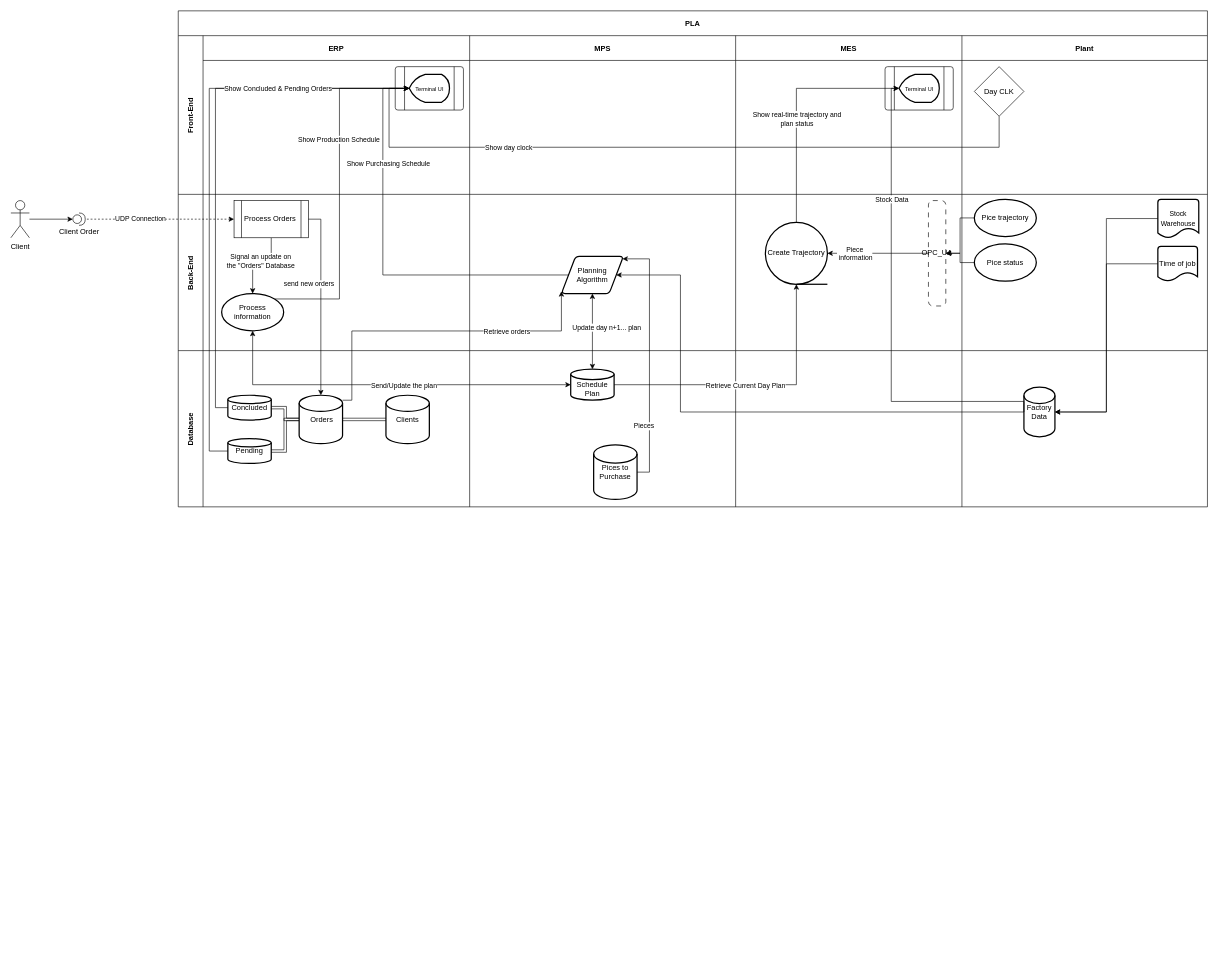
Before: page "Flow-chart" (1 of 9) of PLA_APP_Diagrams.drawio in gpizzigh-bit/Automation-of-a-Production-Line, a draw.io diagram. Source tidied: cells renumbered, new cells numbered last; positions are measured from the earlier drawing's top-left corner, leaving out a move shared by most shapes. Both pictures are drawn from the tidied source at 62%, with x=0, y=0 at pixel (11, 11).
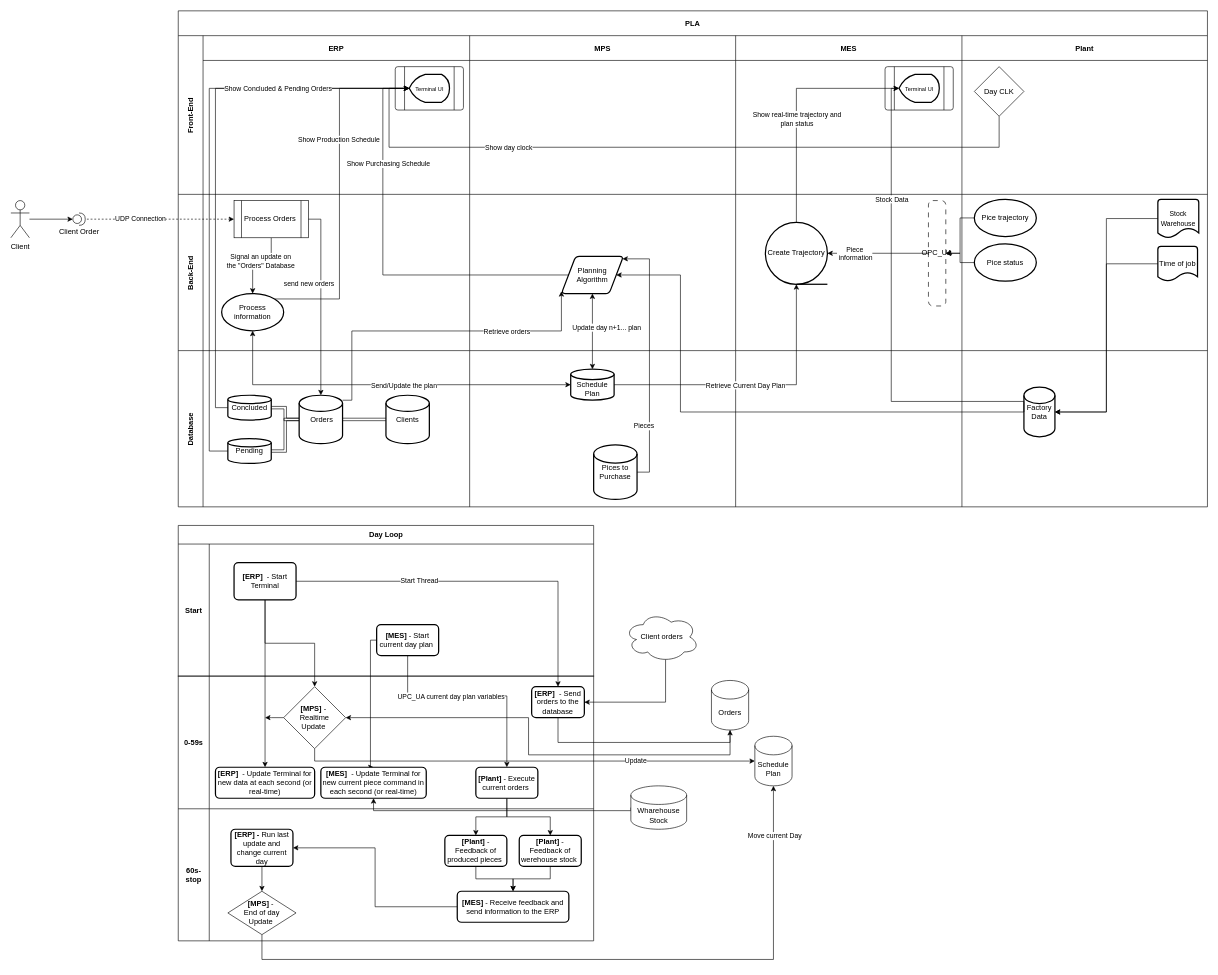
After the change.

The edit, as a diff of the source:
```diff
@@
+    <mxCell id="84" value="Day Loop" style="shape=table;startSize=30;childLayout=tableLayout;rowLines=1;fontStyle=1;align=center;html=1;columnLines=1;" parent="1" vertex="1">
+      <mxGeometry x="270" y="830" width="670" height="670" as="geometry" />
+    </mxCell>
+    <mxCell id="85" style="shape=tableRow;horizontal=0;startSize=0;swimlaneHead=0;swimlaneBody=0;fillColor=none;top=0;left=0;right=0;bottom=1;" parent="84" vertex="1">
+      <mxGeometry y="30" width="670" height="213" as="geometry" />
+    </mxCell>
+    <mxCell id="86" value="Start" style="shape=partialRectangle;fillColor=none;top=0;left=0;bottom=0;right=0;fontStyle=1;overflow=hidden;whiteSpace=wrap;html=1;" parent="85" vertex="1">
+      <mxGeometry width="50" height="213" as="geometry" />
+    </mxCell>
+    <mxCell id="87" style="shape=partialRectangle;fillColor=none;top=0;left=0;bottom=0;right=0;align=left;spacingLeft=6;fontStyle=5;overflow=hidden;whiteSpace=wrap;html=1;" parent="85" vertex="1">
+      <mxGeometry x="50" width="620" height="213" as="geometry" />
+    </mxCell>
+    <mxCell id="88" style="shape=tableRow;horizontal=0;startSize=0;swimlaneHead=0;swimlaneBody=0;fillColor=none;top=0;left=0;right=0;bottom=0;" parent="84" vertex="1">
+      <mxGeometry y="243" width="670" height="214" as="geometry" />
+    </mxCell>
+    <mxCell id="89" value="&lt;b&gt;0-59s&lt;/b&gt;" style="shape=partialRectangle;fillColor=none;top=0;left=0;bottom=0;right=0;overflow=hidden;whiteSpace=wrap;html=1;" parent="88" vertex="1">
+      <mxGeometry width="50" height="214" as="geometry" />
+    </mxCell>
+    <mxCell id="90" style="shape=partialRectangle;fillColor=none;top=0;left=0;bottom=0;right=0;align=left;spacingLeft=6;overflow=hidden;whiteSpace=wrap;html=1;fontStyle=1;strokeWidth=3;perimeterSpacing=0;" parent="88" vertex="1">
+      <mxGeometry x="50" width="620" height="214" as="geometry" />
+    </mxCell>
+    <mxCell id="91" style="shape=tableRow;horizontal=0;startSize=0;swimlaneHead=0;swimlaneBody=0;fillColor=none;top=0;left=0;right=0;bottom=0;" parent="84" vertex="1">
+      <mxGeometry y="457" width="670" height="213" as="geometry" />
+    </mxCell>
+    <mxCell id="92" value="&lt;b&gt;60s-stop&lt;/b&gt;" style="shape=partialRectangle;fillColor=none;top=0;left=0;bottom=0;right=0;overflow=hidden;whiteSpace=wrap;html=1;" parent="91" vertex="1">
+      <mxGeometry width="50" height="213" as="geometry" />
+    </mxCell>
+    <mxCell id="93" style="shape=partialRectangle;fillColor=none;top=0;left=0;bottom=0;right=0;align=left;spacingLeft=6;overflow=hidden;whiteSpace=wrap;html=1;" parent="91" vertex="1">
+      <mxGeometry x="50" width="620" height="213" as="geometry" />
+    </mxCell>
+    <mxCell id="94" style="edgeStyle=orthogonalEdgeStyle;rounded=0;jettySize=auto;html=1;" parent="1" edge="1" source="98" target="107">
+      <mxGeometry relative="1" as="geometry" />
+    </mxCell>
+    <mxCell id="95" value="Start Thread" style="edgeLabel;html=1;align=center;verticalAlign=middle;" parent="94" vertex="1">
+      <mxGeometry x="-0.33" y="1" relative="1" as="geometry" />
+    </mxCell>
+    <mxCell id="96" style="edgeStyle=orthogonalEdgeStyle;rounded=0;jettySize=auto;html=1;" parent="1" edge="1" source="98" target="112">
+      <mxGeometry relative="1" as="geometry" />
+    </mxCell>
+    <mxCell id="97" style="edgeStyle=orthogonalEdgeStyle;rounded=0;jettySize=auto;html=1;" parent="1" edge="1" source="98" target="117">
+      <mxGeometry relative="1" as="geometry" />
+    </mxCell>
+    <mxCell id="98" value="&lt;b&gt;[ERP]&amp;nbsp;&lt;/b&gt;&amp;nbsp;- Start Terminal" style="rounded=1;whiteSpace=wrap;html=1;absoluteArcSize=1;arcSize=14;strokeWidth=2;" parent="1" vertex="1">
+      <mxGeometry x="360" y="890" width="100" height="60" as="geometry" />
+    </mxCell>
+    <mxCell id="99" style="edgeStyle=orthogonalEdgeStyle;rounded=0;jettySize=auto;html=1;entryX=0.5;entryY=0;entryDx=0;entryDy=0;" parent="1" edge="1" source="102" target="105">
+      <mxGeometry relative="1" as="geometry">
+        <Array as="points">
+          <mxPoint x="640" y="1105" />
+          <mxPoint x="800" y="1105" />
+        </Array>
+      </mxGeometry>
+    </mxCell>
+    <mxCell id="100" value="UPC_UA current day plan variables" style="edgeLabel;html=1;align=center;verticalAlign=middle;" parent="99" vertex="1">
+      <mxGeometry x="0.31" relative="1" as="geometry">
+        <mxPoint x="-89" as="offset" />
+      </mxGeometry>
+    </mxCell>
+    <mxCell id="101" style="edgeStyle=orthogonalEdgeStyle;rounded=0;jettySize=auto;html=1;entryX=0.5;entryY=0;entryDx=0;entryDy=0;exitX=0;exitY=0.5;exitDx=0;exitDy=0;" parent="1" edge="1" source="102" target="113">
+      <mxGeometry relative="1" as="geometry">
+        <Array as="points">
+          <mxPoint x="580" y="1015" />
+          <mxPoint x="580" y="1220" />
+        </Array>
+      </mxGeometry>
+    </mxCell>
+    <mxCell id="102" value="&lt;b&gt;[MES] &lt;/b&gt;- Start current day plan&lt;b&gt;&amp;nbsp;&lt;/b&gt;" style="rounded=1;whiteSpace=wrap;html=1;absoluteArcSize=1;arcSize=14;strokeWidth=2;" parent="1" vertex="1">
+      <mxGeometry x="590" y="990" width="100" height="50" as="geometry" />
+    </mxCell>
+    <mxCell id="103" style="edgeStyle=orthogonalEdgeStyle;rounded=0;jettySize=auto;html=1;" parent="1" edge="1" source="105" target="122">
+      <mxGeometry relative="1" as="geometry" />
+    </mxCell>
+    <mxCell id="104" style="edgeStyle=orthogonalEdgeStyle;rounded=0;jettySize=auto;html=1;entryX=0.5;entryY=0;entryDx=0;entryDy=0;" parent="1" edge="1" source="105" target="124">
+      <mxGeometry relative="1" as="geometry" />
+    </mxCell>
+    <mxCell id="105" value="&lt;b&gt;[Plant] &lt;/b&gt;- Execute current orders&lt;b&gt;&amp;nbsp;&lt;/b&gt;" style="rounded=1;whiteSpace=wrap;html=1;absoluteArcSize=1;arcSize=14;strokeWidth=2;" parent="1" vertex="1">
+      <mxGeometry x="750" y="1220" width="100" height="50" as="geometry" />
+    </mxCell>
+    <mxCell id="106" style="edgeStyle=orthogonalEdgeStyle;rounded=0;jettySize=auto;html=1;entryX=0.5;entryY=1;entryDx=0;entryDy=0;entryPerimeter=0;" parent="1" edge="1" source="107" target="111">
+      <mxGeometry relative="1" as="geometry">
+        <Array as="points">
+          <mxPoint x="883" y="1180" />
+          <mxPoint x="1160" y="1180" />
+        </Array>
+      </mxGeometry>
+    </mxCell>
+    <mxCell id="107" value="&lt;b&gt;[ERP]&amp;nbsp;&lt;/b&gt;&amp;nbsp;- Send orders to the database" style="rounded=1;whiteSpace=wrap;html=1;absoluteArcSize=1;arcSize=14;strokeWidth=2;" parent="1" vertex="1">
+      <mxGeometry x="840" y="1090" width="85" height="50" as="geometry" />
+    </mxCell>
+    <mxCell id="108" style="edgeStyle=orthogonalEdgeStyle;rounded=0;jettySize=auto;html=1;entryX=1;entryY=0.5;entryDx=0;entryDy=0;exitX=0.55;exitY=0.95;exitDx=0;exitDy=0;exitPerimeter=0;" parent="1" edge="1" source="109" target="107">
+      <mxGeometry relative="1" as="geometry">
+        <Array as="points">
+          <mxPoint x="1056" y="1115" />
+        </Array>
+      </mxGeometry>
+    </mxCell>
+    <mxCell id="109" value="Client orders" style="ellipse;shape=cloud;whiteSpace=wrap;html=1;" parent="1" vertex="1">
+      <mxGeometry x="990" y="970" width="120" height="80" as="geometry" />
+    </mxCell>
+    <mxCell id="110" style="edgeStyle=orthogonalEdgeStyle;rounded=0;jettySize=auto;html=1;" parent="1" edge="1" source="111" target="117">
+      <mxGeometry relative="1" as="geometry">
+        <Array as="points">
+          <mxPoint x="1160" y="1200" />
+          <mxPoint x="835" y="1200" />
+          <mxPoint x="835" y="1140" />
+        </Array>
+      </mxGeometry>
+    </mxCell>
+    <mxCell id="111" value="Orders" style="shape=cylinder3;whiteSpace=wrap;html=1;boundedLbl=1;backgroundOutline=1;size=15;" parent="1" vertex="1">
+      <mxGeometry x="1130" y="1080" width="60" height="80" as="geometry" />
+    </mxCell>
+    <mxCell id="112" value="&lt;b&gt;[ERP]&amp;nbsp;&lt;/b&gt;&amp;nbsp;- Update Terminal for new data at each second (or real-time)" style="rounded=1;whiteSpace=wrap;html=1;absoluteArcSize=1;arcSize=14;strokeWidth=2;" parent="1" vertex="1">
+      <mxGeometry x="330" y="1220" width="160" height="50" as="geometry" />
+    </mxCell>
+    <mxCell id="113" value="&lt;b&gt;[MES]&amp;nbsp;&lt;/b&gt;&amp;nbsp;- Update Terminal for new current piece command in each second (or real-time)" style="rounded=1;whiteSpace=wrap;html=1;absoluteArcSize=1;arcSize=14;strokeWidth=2;" parent="1" vertex="1">
+      <mxGeometry x="500" y="1220" width="170" height="50" as="geometry" />
+    </mxCell>
+    <mxCell id="114" style="edgeStyle=orthogonalEdgeStyle;rounded=0;jettySize=auto;html=1;" parent="1" edge="1" source="117">
+      <mxGeometry relative="1" as="geometry">
+        <mxPoint x="410" y="1140" as="targetPoint" />
+      </mxGeometry>
+    </mxCell>
+    <mxCell id="115" style="edgeStyle=orthogonalEdgeStyle;rounded=0;jettySize=auto;html=1;exitX=0.5;exitY=1;exitDx=0;exitDy=0;entryX=0;entryY=0.5;entryDx=0;entryDy=0;entryPerimeter=0;" parent="1" edge="1" source="117" target="129">
+      <mxGeometry relative="1" as="geometry">
+        <Array as="points">
+          <mxPoint x="490" y="1210" />
+        </Array>
+      </mxGeometry>
+    </mxCell>
+    <mxCell id="116" value="Update" style="edgeLabel;html=1;align=center;verticalAlign=middle;" parent="115" vertex="1">
+      <mxGeometry x="0.47" y="1" relative="1" as="geometry" />
+    </mxCell>
+    <mxCell id="117" value="&lt;b&gt;[MPS] &lt;/b&gt;-&lt;b&gt;&amp;nbsp;&lt;br&gt;&lt;/b&gt;Realtime&lt;br&gt;Update&amp;nbsp;" style="rhombus;whiteSpace=wrap;html=1;" parent="1" vertex="1">
+      <mxGeometry x="440" y="1090" width="100" height="100" as="geometry" />
+    </mxCell>
+    <mxCell id="118" style="edgeStyle=orthogonalEdgeStyle;rounded=0;jettySize=auto;html=1;entryX=0.5;entryY=1;entryDx=0;entryDy=0;entryPerimeter=0;" parent="1" edge="1" source="120" target="129">
+      <mxGeometry relative="1" as="geometry">
+        <Array as="points">
+          <mxPoint x="405" y="1530" />
+          <mxPoint x="1230" y="1530" />
+        </Array>
+      </mxGeometry>
+    </mxCell>
+    <mxCell id="119" value="Move current Day" style="edgeLabel;html=1;align=center;verticalAlign=middle;" parent="118" vertex="1">
+      <mxGeometry x="0.86" y="-1" relative="1" as="geometry" />
+    </mxCell>
+    <mxCell id="120" value="&lt;b&gt;[MPS] &lt;/b&gt;-&lt;b&gt;&amp;nbsp;&lt;br&gt;&lt;/b&gt;End of day&lt;br&gt;Update&amp;nbsp;" style="rhombus;whiteSpace=wrap;html=1;" parent="1" vertex="1">
+      <mxGeometry x="350" y="1420" width="110" height="70" as="geometry" />
+    </mxCell>
+    <mxCell id="121" style="edgeStyle=orthogonalEdgeStyle;rounded=0;jettySize=auto;html=1;" parent="1" edge="1" source="122" target="128">
+      <mxGeometry relative="1" as="geometry" />
+    </mxCell>
+    <mxCell id="122" value="&lt;b&gt;[Plant] &lt;/b&gt;- Feedback of produced pieces&lt;b&gt;&amp;nbsp;&lt;/b&gt;" style="rounded=1;whiteSpace=wrap;html=1;absoluteArcSize=1;arcSize=14;strokeWidth=2;" parent="1" vertex="1">
+      <mxGeometry x="700" y="1330" width="100" height="50" as="geometry" />
+    </mxCell>
+    <mxCell id="123" style="edgeStyle=orthogonalEdgeStyle;rounded=0;jettySize=auto;html=1;" parent="1" edge="1" source="124" target="128">
+      <mxGeometry relative="1" as="geometry" />
+    </mxCell>
+    <mxCell id="124" value="&lt;b&gt;[Plant] &lt;/b&gt;- Feedback of werehouse stock&lt;b&gt;&amp;nbsp;&lt;/b&gt;" style="rounded=1;whiteSpace=wrap;html=1;absoluteArcSize=1;arcSize=14;strokeWidth=2;" parent="1" vertex="1">
+      <mxGeometry x="820" y="1330" width="100" height="50" as="geometry" />
+    </mxCell>
+    <mxCell id="125" style="edgeStyle=orthogonalEdgeStyle;rounded=0;jettySize=auto;html=1;" parent="1" edge="1" source="126" target="120">
+      <mxGeometry relative="1" as="geometry" />
+    </mxCell>
+    <mxCell id="126" value="&lt;b&gt;[ERP] -&lt;/b&gt;&amp;nbsp;Run last update and change current day" style="rounded=1;whiteSpace=wrap;html=1;absoluteArcSize=1;arcSize=14;strokeWidth=2;" parent="1" vertex="1">
+      <mxGeometry x="355" y="1320" width="100" height="60" as="geometry" />
+    </mxCell>
+    <mxCell id="127" style="edgeStyle=orthogonalEdgeStyle;rounded=0;jettySize=auto;html=1;entryX=1;entryY=0.5;entryDx=0;entryDy=0;" parent="1" edge="1" source="128" target="126">
+      <mxGeometry relative="1" as="geometry" />
+    </mxCell>
+    <mxCell id="128" value="&lt;b&gt;[MES] &lt;/b&gt;- Receive feedback and send information to the ERP" style="rounded=1;whiteSpace=wrap;html=1;absoluteArcSize=1;arcSize=14;strokeWidth=2;" parent="1" vertex="1">
+      <mxGeometry x="720" y="1420" width="180" height="50" as="geometry" />
+    </mxCell>
+    <mxCell id="129" value="Schedule Plan" style="shape=cylinder3;whiteSpace=wrap;html=1;boundedLbl=1;backgroundOutline=1;size=15;" parent="1" vertex="1">
+      <mxGeometry x="1200" y="1170" width="60" height="80" as="geometry" />
+    </mxCell>
+    <mxCell id="130" style="edgeStyle=orthogonalEdgeStyle;rounded=0;jettySize=auto;html=1;entryX=0.5;entryY=1;entryDx=0;entryDy=0;exitX=0;exitY=0.5;exitDx=0;exitDy=0;exitPerimeter=0;" parent="1" edge="1" source="131" target="113">
+      <mxGeometry relative="1" as="geometry">
+        <Array as="points">
+          <mxPoint x="1000" y="1290" />
+          <mxPoint x="585" y="1290" />
+        </Array>
+      </mxGeometry>
+    </mxCell>
+    <mxCell id="131" value="Wharehouse&lt;br&gt;Stock" style="shape=cylinder3;whiteSpace=wrap;html=1;boundedLbl=1;backgroundOutline=1;size=15;" parent="1" vertex="1">
+      <mxGeometry x="1000" y="1250" width="90" height="70" as="geometry" />
+    </mxCell>
```
